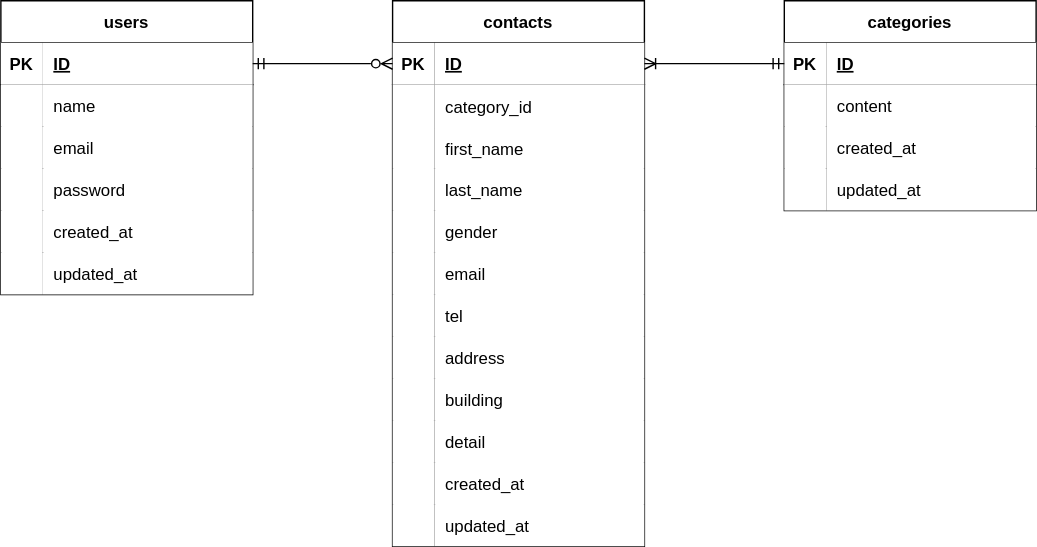
Above: test.drawio.svg in ghshzk/confirmation-test (draw.io), before the change. Source tidied: cells renumbered, new cells last; positions are measured from the earlier drawing's top-left corner, leaving out a move shared by most shapes.
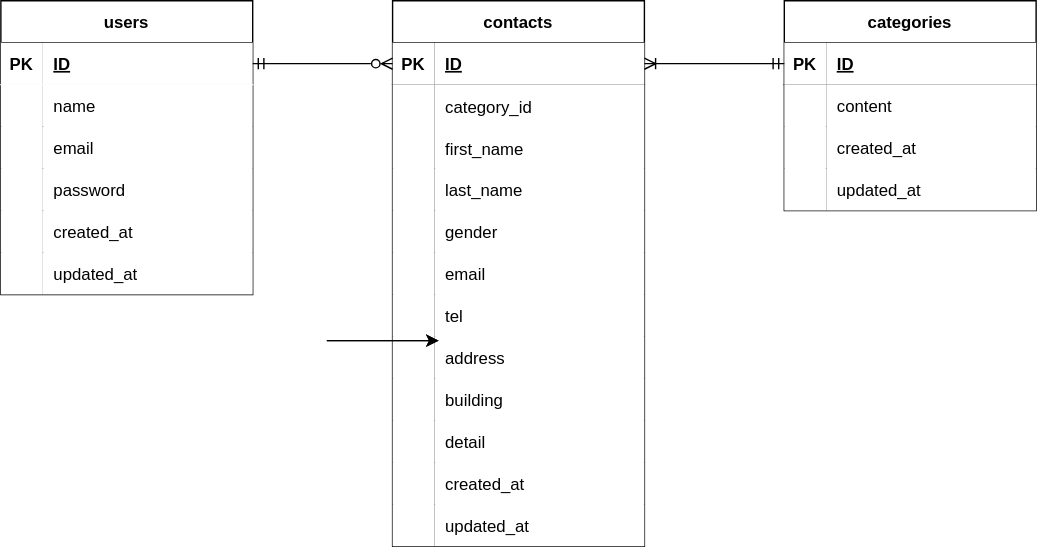
After the change.

The edit, as a diff of the source:
```diff
@@ -1,4 +1,4 @@
-<mxGraphModel background="#ffffff">
+<mxGraphModel>
   <root>
     <mxCell id="0" />
     <mxCell id="1" parent="0" />
@@ -116,13 +116,13 @@
     <mxCell id="39" value="users" style="shape=table;startSize=30;rowLines=0;fontStyle=1;align=center;" parent="1" vertex="1">
       <mxGeometry width="180" height="210" as="geometry" />
     </mxCell>
-    <mxCell id="40" style="shape=tableRow;horizontal=0;startSize=0;swimlaneHead=0;swimlaneBody=0;fillColor=none;points=[[0,0.5],[1,0.5]];portConstraint=eastwest;top=0;left=0;right=0;bottom=1;" parent="39" vertex="1">
+    <mxCell id="40" style="shape=tableRow;horizontal=0;startSize=0;swimlaneHead=0;swimlaneBody=0;fillColor=none;points=[[0,0.5],[1,0.5]];portConstraint=eastwest;top=0;left=0;right=0;bottom=1;swimlaneFillColor=default;strokeColor=#F0F0F0;" parent="39" vertex="1">
       <mxGeometry y="30" width="180" height="30" as="geometry" />
     </mxCell>
     <mxCell id="41" value="PK" style="shape=partialRectangle;top=0;left=0;bottom=0;right=0;fontStyle=1;overflow=hidden;" parent="40" vertex="1">
       <mxGeometry width="30" height="30" as="geometry" />
     </mxCell>
-    <mxCell id="42" value="ID" style="shape=partialRectangle;top=0;left=0;bottom=0;right=0;align=left;spacingLeft=6;fontStyle=5;overflow=hidden;" parent="40" vertex="1">
+    <mxCell id="42" value="ID" style="shape=partialRectangle;top=0;left=0;bottom=0;right=0;align=left;spacingLeft=6;fontStyle=5;overflow=hidden;perimeterSpacing=1;labelBorderColor=none;strokeColor=#FFFFFF;" parent="40" vertex="1">
       <mxGeometry x="30" width="150" height="30" as="geometry" />
     </mxCell>
     <mxCell id="43" style="shape=tableRow;horizontal=0;startSize=0;swimlaneHead=0;swimlaneBody=0;fillColor=none;top=0;left=0;right=0;bottom=0;" parent="39" vertex="1">
@@ -215,5 +215,17 @@
     <mxCell id="72" style="edgeStyle=none;html=1;exitX=1;exitY=0.5;exitDx=0;exitDy=0;entryX=0;entryY=0.5;entryDx=0;entryDy=0;startArrow=ERmandOne;startFill=0;endArrow=ERzeroToMany;endFill=0;" parent="1" edge="1" source="40" target="3">
       <mxGeometry relative="1" as="geometry" />
     </mxCell>
+    <mxCell id="73" style="edgeStyle=none;orthogonalLoop=1;jettySize=auto;html=1;strokeColor=#000000;" parent="1" edge="1">
+      <mxGeometry relative="1" as="geometry">
+        <mxPoint x="233" y="243" as="sourcePoint" />
+        <mxPoint x="313" y="243" as="targetPoint" />
+      </mxGeometry>
+    </mxCell>
+    <mxCell id="74" style="edgeStyle=none;orthogonalLoop=1;jettySize=auto;html=1;strokeColor=#000000;" parent="1" edge="1">
+      <mxGeometry relative="1" as="geometry">
+        <mxPoint x="233" y="243" as="sourcePoint" />
+        <mxPoint x="313" y="243" as="targetPoint" />
+      </mxGeometry>
+    </mxCell>
   </root>
 </mxGraphModel>
```
